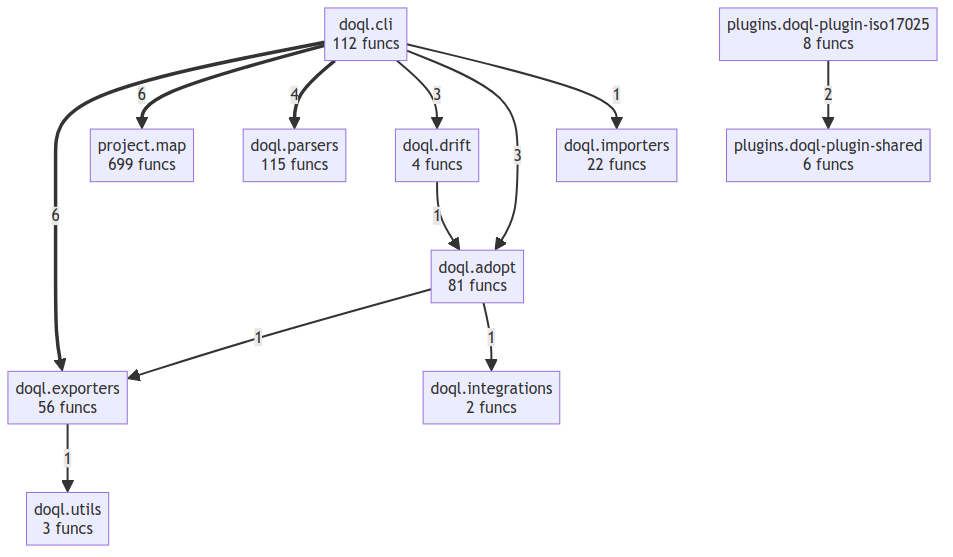
The Mermaid diagram project/compact_flow.png in oqlos/doql, before a commit. Its source is kept beside it as project/compact_flow.mmd.
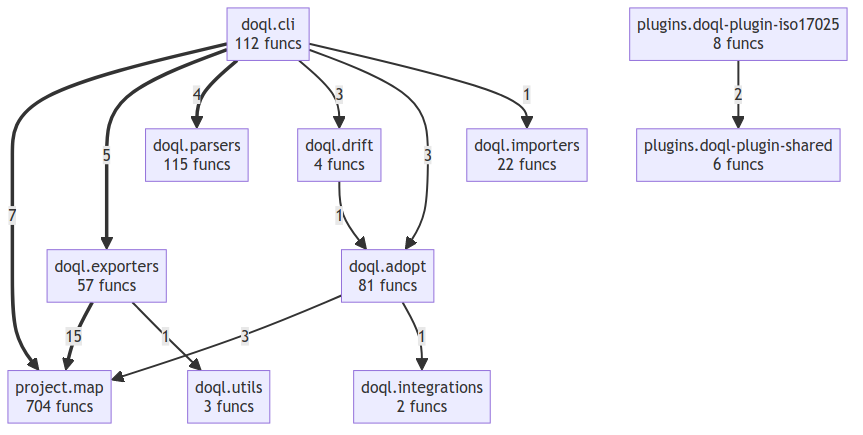
The same diagram one commit later.

Diff of the diagram source:
```diff
@@ -2,22 +2,23 @@
     doql__adopt["doql.adopt<br/>81 funcs"]
     doql__cli["doql.cli<br/>112 funcs"]
     doql__drift["doql.drift<br/>4 funcs"]
-    doql__exporters["doql.exporters<br/>56 funcs"]
+    doql__exporters["doql.exporters<br/>57 funcs"]
     doql__importers["doql.importers<br/>22 funcs"]
     doql__integrations["doql.integrations<br/>2 funcs"]
     doql__parsers["doql.parsers<br/>115 funcs"]
     doql__utils["doql.utils<br/>3 funcs"]
     plugins__doql_plugin_iso17025["plugins.doql-plugin-iso17025<br/>8 funcs"]
     plugins__doql_plugin_shared["plugins.doql-plugin-shared<br/>6 funcs"]
-    project__map["project.map<br/>699 funcs"]
-    doql__cli ==>|6| doql__exporters
-    doql__cli ==>|6| project__map
+    project__map["project.map<br/>704 funcs"]
+    doql__exporters ==>|15| project__map
+    doql__cli ==>|7| project__map
+    doql__cli ==>|5| doql__exporters
     doql__cli ==>|4| doql__parsers
     doql__cli -->|3| doql__drift
     doql__cli -->|3| doql__adopt
+    doql__adopt -->|3| project__map
     plugins__doql_plugin_iso17025 -->|2| plugins__doql_plugin_shared
     doql__drift -->|1| doql__adopt
     doql__cli -->|1| doql__importers
     doql__exporters -->|1| doql__utils
-    doql__adopt -->|1| doql__exporters
     doql__adopt -->|1| doql__integrations
```
